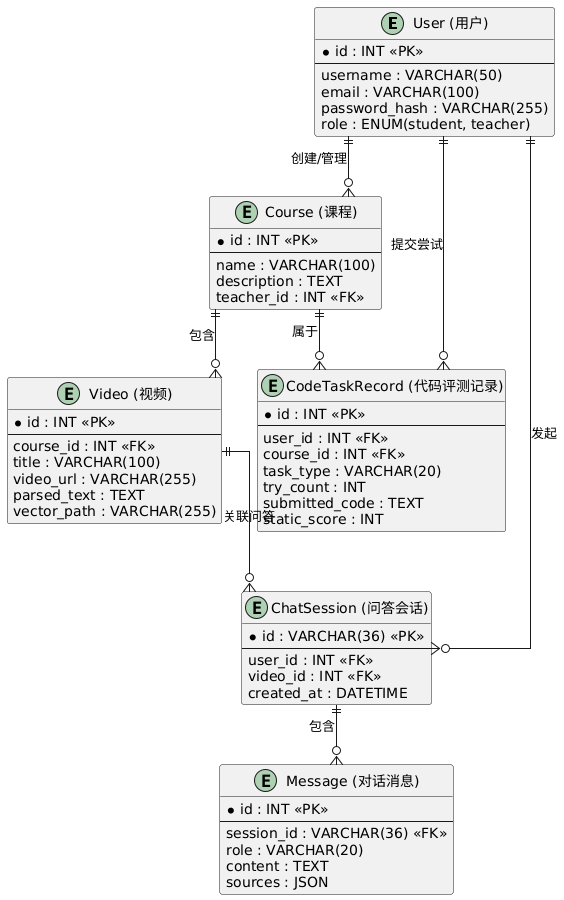
Earlier version of the PlantUML export thesis/er.png (riverfielder/AgentEducator2-master). Its diagram source:
```plantuml
@startuml
skinparam linetype ortho

entity "User (用户)" as user {
  * id : INT <<PK>>
  --
  username : VARCHAR(50)
  email : VARCHAR(100)
  password_hash : VARCHAR(255)
  role : ENUM(student, teacher)
}

entity "Course (课程)" as course {
  * id : INT <<PK>>
  --
  name : VARCHAR(100)
  description : TEXT
  teacher_id : INT <<FK>>
}

entity "Video (视频)" as video {
  * id : INT <<PK>>
  --
  course_id : INT <<FK>>
  title : VARCHAR(100)
  video_url : VARCHAR(255)
  parsed_text : TEXT
  vector_path : VARCHAR(255)
}

entity "ChatSession (问答会话)" as session {
  * id : VARCHAR(36) <<PK>>
  --
  user_id : INT <<FK>>
  video_id : INT <<FK>>
  created_at : DATETIME
}

entity "Message (对话消息)" as message {
  * id : INT <<PK>>
  --
  session_id : VARCHAR(36) <<FK>>
  role : VARCHAR(20)
  content : TEXT
  sources : JSON
}

entity "CodeTaskRecord (代码评测记录)" as record {
  * id : INT <<PK>>
  --
  user_id : INT <<FK>>
  course_id : INT <<FK>>
  task_type : VARCHAR(20)
  try_count : INT
  submitted_code : TEXT
  static_score : INT
}

user ||--o{ course : "创建/管理"
user ||--o{ session : "发起"
course ||--o{ video : "包含"
video ||--o{ session : "关联问答"
session ||--o{ message : "包含"
user ||--o{ record : "提交尝试"
course ||--o{ record : "属于"

@enduml
```
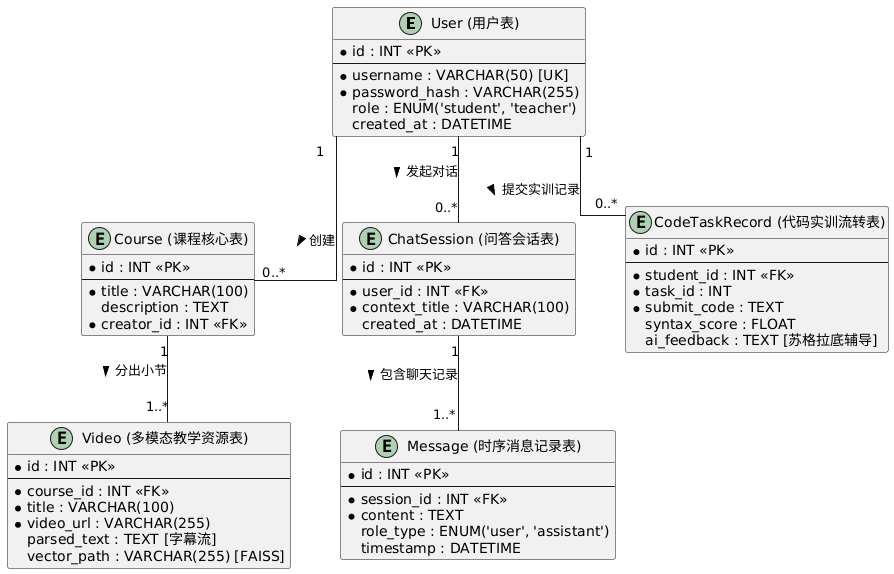
After the commit.

Change to the diagram source:
```diff
@@ -1,67 +1,69 @@
 @startuml
 skinparam linetype ortho
+skinparam nodesep 50
+skinparam ranksep 70
+skinparam EntityBackgroundColor #F8F8F8
 
-entity "User (用户)" as user {
+entity "User (用户表)" as user {
   * id : INT <<PK>>
   --
-  username : VARCHAR(50)
-  email : VARCHAR(100)
-  password_hash : VARCHAR(255)
-  role : ENUM(student, teacher)
-}
-
-entity "Course (课程)" as course {
-  * id : INT <<PK>>
-  --
-  name : VARCHAR(100)
-  description : TEXT
-  teacher_id : INT <<FK>>
-}
-
-entity "Video (视频)" as video {
-  * id : INT <<PK>>
-  --
-  course_id : INT <<FK>>
-  title : VARCHAR(100)
-  video_url : VARCHAR(255)
-  parsed_text : TEXT
-  vector_path : VARCHAR(255)
-}
-
-entity "ChatSession (问答会话)" as session {
-  * id : VARCHAR(36) <<PK>>
-  --
-  user_id : INT <<FK>>
-  video_id : INT <<FK>>
+  * username : VARCHAR(50) [UK]
+  * password_hash : VARCHAR(255)
+  role : ENUM('student', 'teacher')
   created_at : DATETIME
 }
 
-entity "Message (对话消息)" as message {
+entity "Course (课程核心表)" as course {
   * id : INT <<PK>>
   --
-  session_id : VARCHAR(36) <<FK>>
-  role : VARCHAR(20)
-  content : TEXT
-  sources : JSON
+  * title : VARCHAR(100)
+  description : TEXT
+  * creator_id : INT <<FK>>
 }
 
-entity "CodeTaskRecord (代码评测记录)" as record {
+entity "Video (多模态教学资源表)" as video {
   * id : INT <<PK>>
   --
-  user_id : INT <<FK>>
-  course_id : INT <<FK>>
-  task_type : VARCHAR(20)
-  try_count : INT
-  submitted_code : TEXT
-  static_score : INT
+  * course_id : INT <<FK>>
+  * title : VARCHAR(100)
+  * video_url : VARCHAR(255)
+  parsed_text : TEXT [字幕流]
+  vector_path : VARCHAR(255) [FAISS]
 }
 
-user ||--o{ course : "创建/管理"
-user ||--o{ session : "发起"
-course ||--o{ video : "包含"
-video ||--o{ session : "关联问答"
-session ||--o{ message : "包含"
-user ||--o{ record : "提交尝试"
-course ||--o{ record : "属于"
+entity "ChatSession (问答会话表)" as session {
+  * id : INT <<PK>>
+  --
+  * user_id : INT <<FK>>
+  * context_title : VARCHAR(100)
+  created_at : DATETIME
+}
+
+entity "Message (时序消息记录表)" as msg {
+  * id : INT <<PK>>
+  --
+  * session_id : INT <<FK>>
+  * content : TEXT
+  role_type : ENUM('user', 'assistant')
+  timestamp : DATETIME
+}
+
+entity "CodeTaskRecord (代码实训流转表)" as coderecord {
+  * id : INT <<PK>>
+  --
+  * student_id : INT <<FK>>
+  * task_id : INT
+  * submit_code : TEXT
+  syntax_score : FLOAT
+  ai_feedback : TEXT [苏格拉底辅导]
+}
+
+user "1" -- "0..*" course : 创建 >
+course "1" -- "1..*" video : 分出小节 >
+
+user "1" -- "0..*" session : 发起对话 >
+session "1" -- "1..*" msg : 包含聊天记录 >
+
+user "1" -- "0..*" coderecord : 提交实训记录 >
 
 @enduml
```
